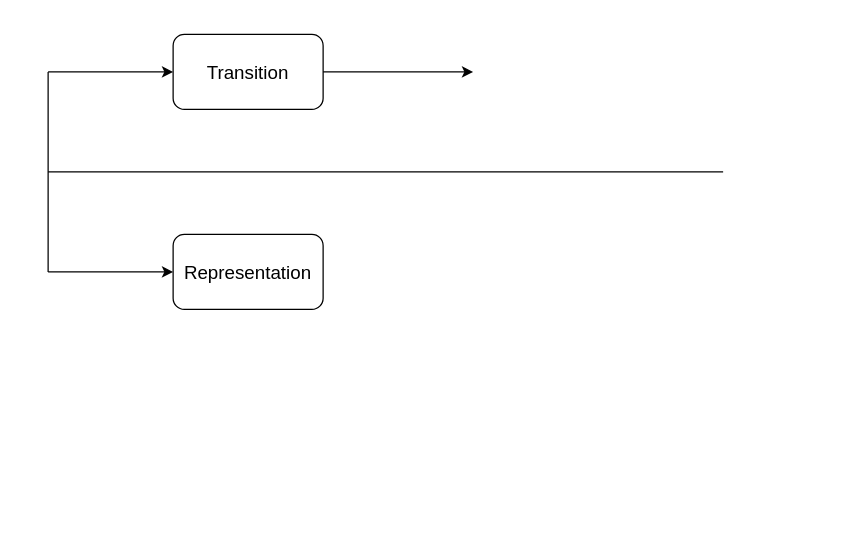
Shougakusei/taikyu_screenshots keeps this draw.io diagram as Dreamer_v2 от друга.drawio. Above is the earlier version. Source tidied: cells renumbered, new cells numbered last; positions are measured from the earlier drawing's top-left corner, leaving out a move shared by most shapes. Both pictures are drawn from the tidied source at 125%, with x=0, y=0 at pixel (48, 34).
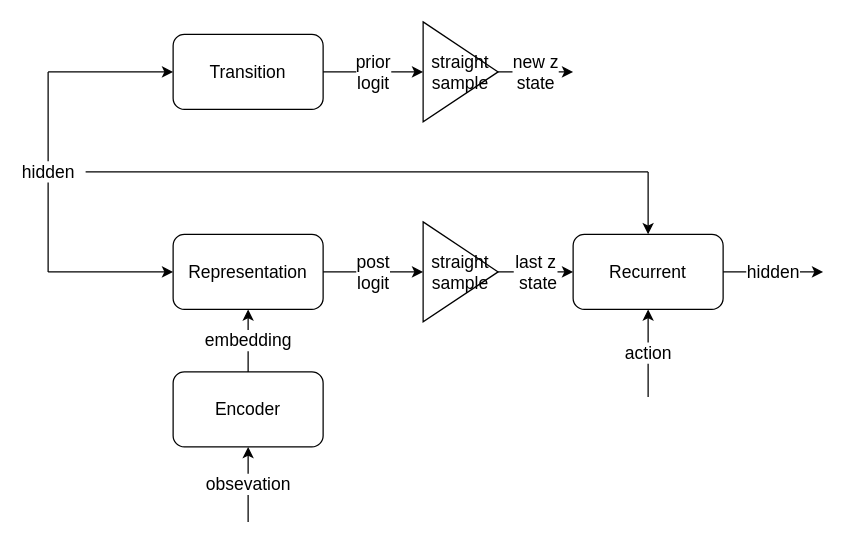
Above is the later version.

Change to the diagram source:
```diff
@@
-    <mxCell id="2" value="&lt;div style=&quot;font-size: 15px;&quot;&gt;Transition&lt;/div&gt;" style="rounded=1;whiteSpace=wrap;html=1;fontSize=15;" parent="1" vertex="1">
+    <mxCell id="2" value="&lt;div style=&quot;font-size: 14px;&quot;&gt;Transition&lt;/div&gt;" style="rounded=1;whiteSpace=wrap;html=1;fontSize=14;" parent="1" vertex="1">
       <mxGeometry x="100" width="120" height="60" as="geometry" />
     </mxCell>
-    <mxCell id="3" style="endArrow=classic;html=1;rounded=0;entryX=0;entryY=0.5;entryDx=0;entryDy=0;fontSize=15;" parent="1" edge="1" target="2">
+    <mxCell id="3" style="endArrow=classic;html=1;rounded=0;entryX=0;entryY=0.5;entryDx=0;entryDy=0;fontSize=14;" parent="1" edge="1" target="2">
       <mxGeometry relative="1" as="geometry">
         <mxPoint y="30" as="sourcePoint" />
       </mxGeometry>
     </mxCell>
-    <mxCell id="4" style="endArrow=none;html=1;rounded=0;fontSize=15;" parent="1" edge="1">
+    <mxCell id="4" value="&lt;div style=&quot;font-size: 14px;&quot;&gt;hidden&lt;/div&gt;" style="endArrow=none;html=1;rounded=0;fontSize=14;" parent="1" edge="1">
       <mxGeometry relative="1" as="geometry">
         <mxPoint y="190" as="sourcePoint" />
         <mxPoint y="30" as="targetPoint" />
       </mxGeometry>
     </mxCell>
-    <mxCell id="5" style="endArrow=classic;html=1;rounded=0;fontSize=15;" parent="1" edge="1" target="6">
+    <mxCell id="5" style="endArrow=classic;html=1;rounded=0;fontSize=14;" parent="1" edge="1" target="6">
       <mxGeometry relative="1" as="geometry">
         <mxPoint y="190" as="sourcePoint" />
       </mxGeometry>
     </mxCell>
-    <mxCell id="6" value="Representation" style="rounded=1;whiteSpace=wrap;html=1;fontSize=15;" parent="1" vertex="1">
+    <mxCell id="6" value="Representation" style="rounded=1;whiteSpace=wrap;html=1;fontSize=14;" parent="1" vertex="1">
       <mxGeometry x="100" y="160" width="120" height="60" as="geometry" />
     </mxCell>
-    <mxCell id="7" style="endArrow=none;html=1;rounded=0;" parent="1" edge="1">
+    <mxCell id="7" style="endArrow=none;html=1;rounded=0;fontSize=14;" parent="1" edge="1">
       <mxGeometry relative="1" as="geometry">
-        <mxPoint y="110" as="sourcePoint" />
-        <mxPoint x="540" y="110" as="targetPoint" />
+        <mxPoint x="30" y="110" as="sourcePoint" />
+        <mxPoint x="480" y="110" as="targetPoint" />
       </mxGeometry>
     </mxCell>
-    <mxCell id="8" style="endArrow=classic;html=1;rounded=0;exitX=1;exitY=0.5;exitDx=0;exitDy=0;fontSize=15;" parent="1" edge="1" source="2">
+    <mxCell id="8" value="&lt;div style=&quot;font-size: 14px;&quot;&gt;prior&lt;/div&gt;&lt;div style=&quot;font-size: 14px;&quot;&gt;logit&lt;br style=&quot;font-size: 14px;&quot;&gt;&lt;/div&gt;" style="endArrow=classic;html=1;rounded=0;exitX=1;exitY=0.5;exitDx=0;exitDy=0;fontSize=14;" parent="1" edge="1" source="2">
       <mxGeometry relative="1" as="geometry">
-        <mxPoint x="340" y="30" as="targetPoint" />
+        <mxPoint x="300" y="30" as="targetPoint" />
       </mxGeometry>
     </mxCell>
+    <mxCell id="9" value="embedding" style="endArrow=classic;html=1;rounded=0;entryX=0.5;entryY=1;entryDx=0;entryDy=0;fontSize=14;" parent="1" edge="1" target="6">
+      <mxGeometry relative="1" as="geometry">
+        <mxPoint x="160" y="270" as="sourcePoint" />
+      </mxGeometry>
+    </mxCell>
+    <mxCell id="10" value="&lt;div style=&quot;font-size: 14px;&quot;&gt;Encoder&lt;/div&gt;" style="rounded=1;whiteSpace=wrap;html=1;fontSize=14;" parent="1" vertex="1">
+      <mxGeometry x="100" y="270" width="120" height="60" as="geometry" />
+    </mxCell>
+    <mxCell id="11" value="obsevation" style="endArrow=classic;html=1;rounded=0;entryX=0.5;entryY=1;entryDx=0;entryDy=0;fontSize=14;" parent="1" edge="1" target="10">
+      <mxGeometry relative="1" as="geometry">
+        <mxPoint x="160" y="390" as="sourcePoint" />
+      </mxGeometry>
+    </mxCell>
+    <mxCell id="12" value="&lt;div style=&quot;font-size: 14px;&quot;&gt;post &lt;br style=&quot;font-size: 14px;&quot;&gt;&lt;/div&gt;&lt;div style=&quot;font-size: 14px;&quot;&gt;logit&lt;/div&gt;" style="endArrow=classic;html=1;rounded=0;exitX=1;exitY=0.5;exitDx=0;exitDy=0;fontSize=14;" parent="1" edge="1" source="6">
+      <mxGeometry relative="1" as="geometry">
+        <mxPoint x="300" y="190" as="targetPoint" />
+      </mxGeometry>
+    </mxCell>
+    <mxCell id="13" value="&lt;div style=&quot;font-size: 14px;&quot;&gt;straight&lt;/div&gt;&lt;div style=&quot;font-size: 14px;&quot;&gt;sample&lt;br style=&quot;font-size: 14px;&quot;&gt;&lt;/div&gt;" style="triangle;whiteSpace=wrap;html=1;fontSize=14;" parent="1" vertex="1">
+      <mxGeometry x="300" y="150" width="60" height="80" as="geometry" />
+    </mxCell>
+    <mxCell id="14" value="&lt;div style=&quot;font-size: 14px;&quot;&gt;last z&lt;/div&gt;&lt;div style=&quot;font-size: 14px;&quot;&gt;&amp;nbsp;state&lt;/div&gt;" style="endArrow=classic;html=1;rounded=0;exitX=1;exitY=0.5;exitDx=0;exitDy=0;fontSize=14;" parent="1" edge="1" source="13">
+      <mxGeometry relative="1" as="geometry">
+        <mxPoint x="420" y="190" as="targetPoint" />
+      </mxGeometry>
+    </mxCell>
+    <mxCell id="15" value="Recurrent" style="rounded=1;whiteSpace=wrap;html=1;fontSize=14;" parent="1" vertex="1">
+      <mxGeometry x="420" y="160" width="120" height="60" as="geometry" />
+    </mxCell>
+    <mxCell id="16" value="action" style="endArrow=classic;html=1;rounded=0;entryX=0.5;entryY=1;entryDx=0;entryDy=0;fontSize=14;" parent="1" edge="1" target="15">
+      <mxGeometry relative="1" as="geometry">
+        <mxPoint x="480" y="290" as="sourcePoint" />
+        <Array as="points">
+          <mxPoint x="480" y="260" />
+        </Array>
+      </mxGeometry>
+    </mxCell>
+    <mxCell id="17" value="hidden" style="endArrow=classic;html=1;rounded=0;exitX=1;exitY=0.5;exitDx=0;exitDy=0;fontSize=14;" parent="1" edge="1" source="15">
+      <mxGeometry relative="1" as="geometry">
+        <mxPoint x="620" y="190" as="targetPoint" />
+      </mxGeometry>
+    </mxCell>
+    <mxCell id="18" style="endArrow=classic;html=1;rounded=0;entryX=0.5;entryY=0;entryDx=0;entryDy=0;fontSize=14;" parent="1" edge="1" target="15">
+      <mxGeometry relative="1" as="geometry">
+        <mxPoint x="480" y="110" as="sourcePoint" />
+      </mxGeometry>
+    </mxCell>
+    <mxCell id="19" value="&lt;div style=&quot;font-size: 14px;&quot;&gt;straight&lt;/div&gt;&lt;div style=&quot;font-size: 14px;&quot;&gt;sample&lt;br style=&quot;font-size: 14px;&quot;&gt;&lt;/div&gt;" style="triangle;whiteSpace=wrap;html=1;fontSize=14;" parent="1" vertex="1">
+      <mxGeometry x="300" y="-10" width="60" height="80" as="geometry" />
+    </mxCell>
+    <mxCell id="20" value="&lt;div style=&quot;font-size: 14px;&quot;&gt;new z&lt;/div&gt;&lt;div style=&quot;font-size: 14px;&quot;&gt;state&lt;br style=&quot;font-size: 14px;&quot;&gt;&lt;/div&gt;" style="endArrow=classic;html=1;rounded=0;exitX=1;exitY=0.5;exitDx=0;exitDy=0;fontSize=14;" parent="1" edge="1" source="19">
+      <mxGeometry relative="1" as="geometry">
+        <mxPoint x="420" y="30" as="targetPoint" />
+      </mxGeometry>
+    </mxCell>
```
